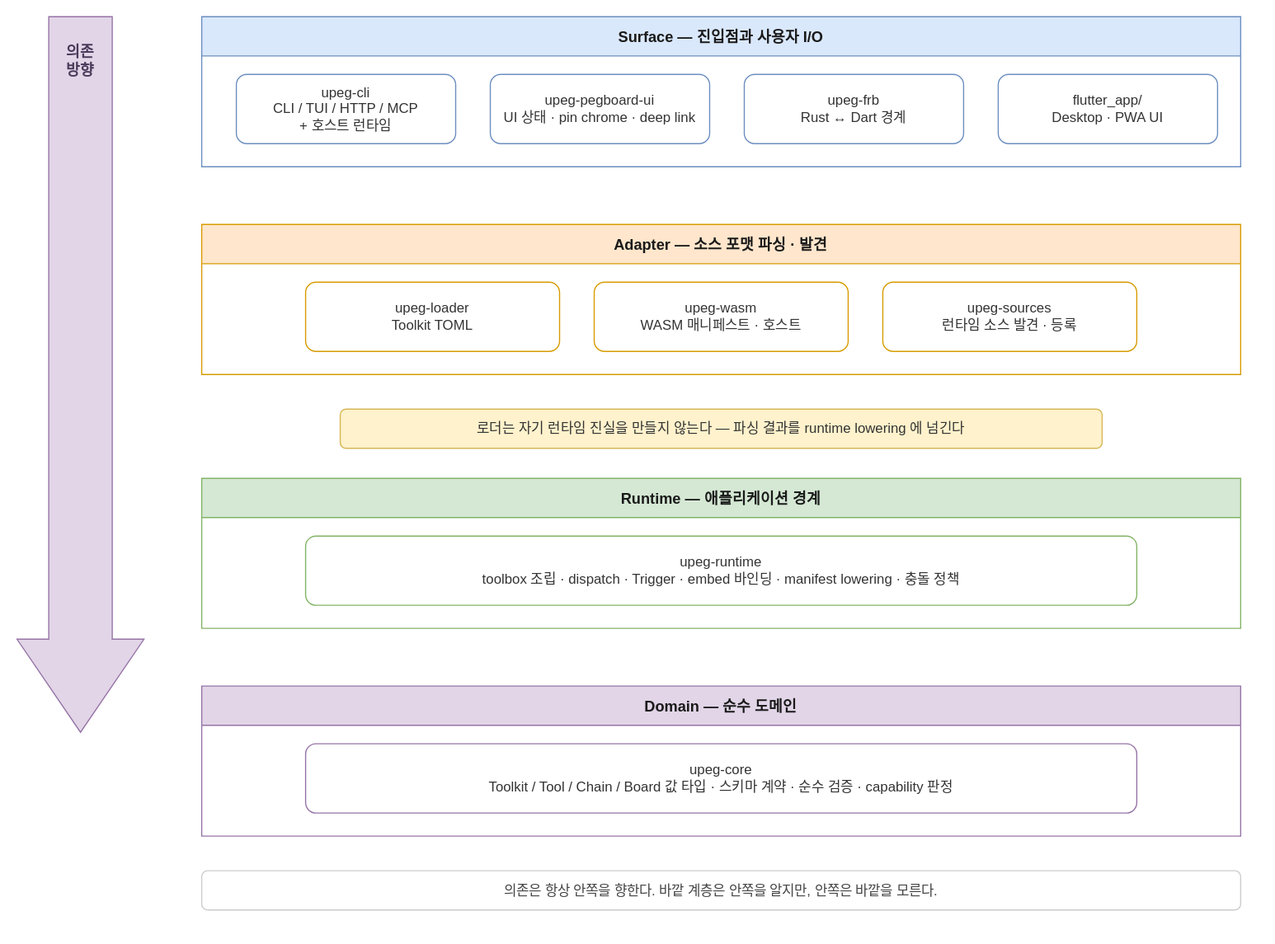
Before: docs/diagrams/crate-layers.drawio.svg, a diagram exported from draw.io (5pecia1/UPeg). Source tidied: cells renumbered, new cells last; positions are measured from the earlier drawing's top-left corner, leaving out a move shared by most shapes.
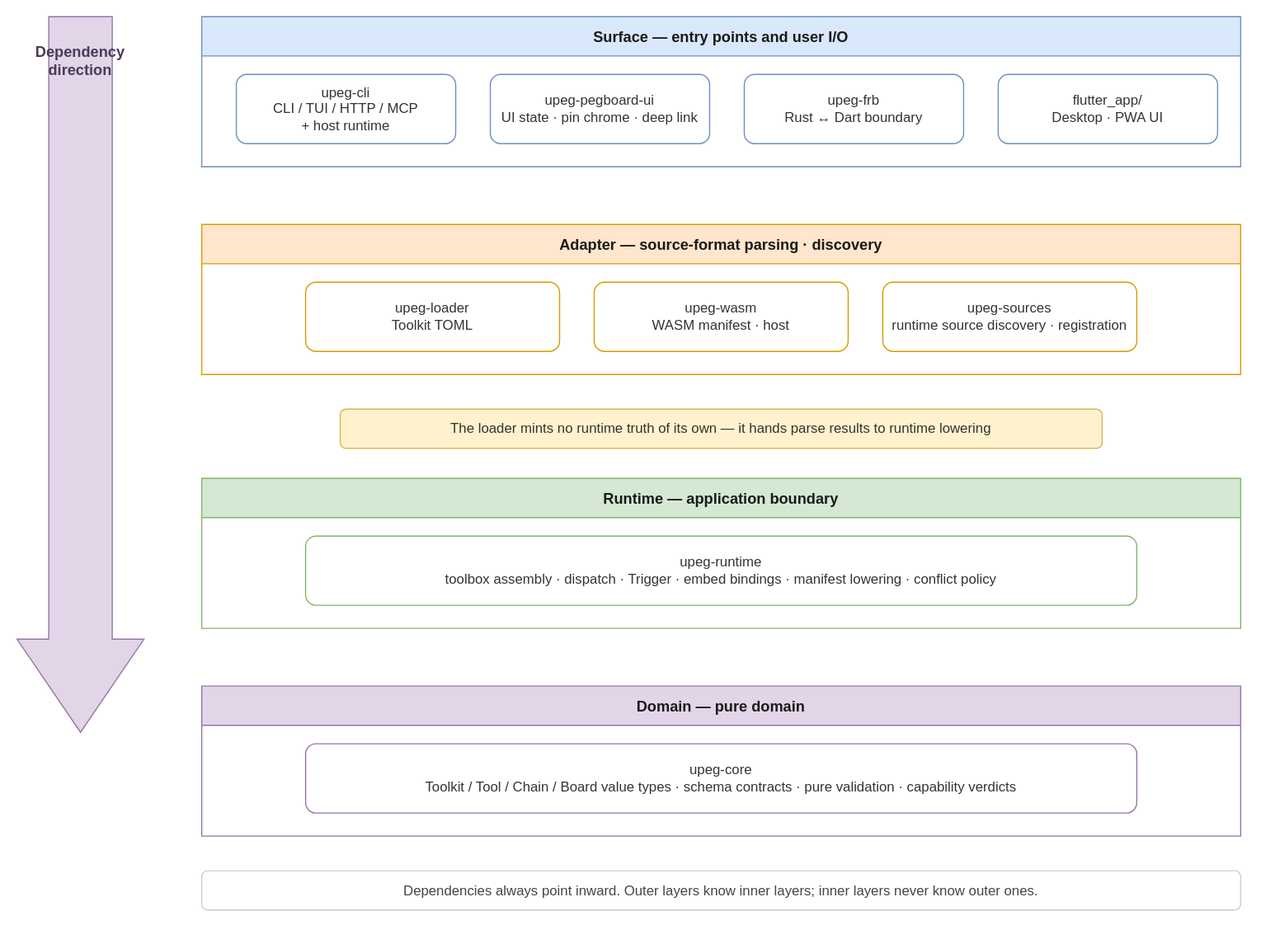
The same diagram one commit later.

The edit, as a diff of the source:
```diff
@@ -2,52 +2,52 @@
   <root>
     <mxCell id="0" />
     <mxCell id="1" parent="0" />
-    <mxCell id="2" value="의존&#10;방향" style="shape=singleArrow;direction=south;whiteSpace=wrap;html=0;arrowWidth=0.5;arrowSize=0.13;fillColor=#e1d5e7;strokeColor=#9673a6;fontColor=#4a3a5a;fontSize=13;fontStyle=1;verticalAlign=top;spacingTop=16;" parent="1" vertex="1">
+    <mxCell id="2" value="Dependency&#10;direction" style="shape=singleArrow;direction=south;whiteSpace=wrap;html=0;arrowWidth=0.5;arrowSize=0.13;fillColor=#e1d5e7;strokeColor=#9673a6;fontColor=#4a3a5a;fontSize=13;fontStyle=1;verticalAlign=top;spacingTop=16;" parent="1" vertex="1">
       <mxGeometry width="110" height="620" as="geometry" />
     </mxCell>
-    <mxCell id="3" value="Surface — 진입점과 사용자 I/O" style="swimlane;html=0;startSize=34;fillColor=#dae8fc;strokeColor=#6c8ebf;fontColor=#1a1a1a;fontStyle=1;fontSize=13;" parent="1" vertex="1">
+    <mxCell id="3" value="Surface — entry points and user I/O" style="swimlane;html=0;startSize=34;fillColor=#dae8fc;strokeColor=#6c8ebf;fontColor=#1a1a1a;fontStyle=1;fontSize=13;" parent="1" vertex="1">
       <mxGeometry x="160" width="900" height="130" as="geometry" />
     </mxCell>
-    <mxCell id="4" value="upeg-cli&#10;CLI / TUI / HTTP / MCP&#10;+ 호스트 런타임" style="rounded=1;whiteSpace=wrap;html=0;fillColor=#ffffff;strokeColor=#6c8ebf;fontColor=#333333;fontSize=12;" parent="3" vertex="1">
+    <mxCell id="4" value="upeg-cli&#10;CLI / TUI / HTTP / MCP&#10;+ host runtime" style="rounded=1;whiteSpace=wrap;html=0;fillColor=#ffffff;strokeColor=#6c8ebf;fontColor=#333333;fontSize=12;" parent="3" vertex="1">
       <mxGeometry x="30" y="50" width="190" height="60" as="geometry" />
     </mxCell>
-    <mxCell id="5" value="upeg-pegboard-ui&#10;UI 상태 · pin chrome · deep link" style="rounded=1;whiteSpace=wrap;html=0;fillColor=#ffffff;strokeColor=#6c8ebf;fontColor=#333333;fontSize=12;" parent="3" vertex="1">
+    <mxCell id="5" value="upeg-pegboard-ui&#10;UI state · pin chrome · deep link" style="rounded=1;whiteSpace=wrap;html=0;fillColor=#ffffff;strokeColor=#6c8ebf;fontColor=#333333;fontSize=12;" parent="3" vertex="1">
       <mxGeometry x="250" y="50" width="190" height="60" as="geometry" />
     </mxCell>
-    <mxCell id="6" value="upeg-frb&#10;Rust ↔ Dart 경계" style="rounded=1;whiteSpace=wrap;html=0;fillColor=#ffffff;strokeColor=#6c8ebf;fontColor=#333333;fontSize=12;" parent="3" vertex="1">
+    <mxCell id="6" value="upeg-frb&#10;Rust ↔ Dart boundary" style="rounded=1;whiteSpace=wrap;html=0;fillColor=#ffffff;strokeColor=#6c8ebf;fontColor=#333333;fontSize=12;" parent="3" vertex="1">
       <mxGeometry x="470" y="50" width="190" height="60" as="geometry" />
     </mxCell>
     <mxCell id="7" value="flutter_app/&#10;Desktop · PWA UI" style="rounded=1;whiteSpace=wrap;html=0;fillColor=#ffffff;strokeColor=#6c8ebf;fontColor=#333333;fontSize=12;" parent="3" vertex="1">
       <mxGeometry x="690" y="50" width="190" height="60" as="geometry" />
     </mxCell>
-    <mxCell id="8" value="Adapter — 소스 포맷 파싱 · 발견" style="swimlane;html=0;startSize=34;fillColor=#ffe6cc;strokeColor=#d79b00;fontColor=#1a1a1a;fontStyle=1;fontSize=13;" parent="1" vertex="1">
+    <mxCell id="8" value="Adapter — source-format parsing · discovery" style="swimlane;html=0;startSize=34;fillColor=#ffe6cc;strokeColor=#d79b00;fontColor=#1a1a1a;fontStyle=1;fontSize=13;" parent="1" vertex="1">
       <mxGeometry x="160" y="180" width="900" height="130" as="geometry" />
     </mxCell>
     <mxCell id="9" value="upeg-loader&#10;Toolkit TOML" style="rounded=1;whiteSpace=wrap;html=0;fillColor=#ffffff;strokeColor=#d79b00;fontColor=#333333;fontSize=12;" parent="8" vertex="1">
       <mxGeometry x="90" y="50" width="220" height="60" as="geometry" />
     </mxCell>
-    <mxCell id="10" value="upeg-wasm&#10;WASM 매니페스트 · 호스트" style="rounded=1;whiteSpace=wrap;html=0;fillColor=#ffffff;strokeColor=#d79b00;fontColor=#333333;fontSize=12;" parent="8" vertex="1">
+    <mxCell id="10" value="upeg-wasm&#10;WASM manifest · host" style="rounded=1;whiteSpace=wrap;html=0;fillColor=#ffffff;strokeColor=#d79b00;fontColor=#333333;fontSize=12;" parent="8" vertex="1">
       <mxGeometry x="340" y="50" width="220" height="60" as="geometry" />
     </mxCell>
-    <mxCell id="11" value="upeg-sources&#10;런타임 소스 발견 · 등록" style="rounded=1;whiteSpace=wrap;html=0;fillColor=#ffffff;strokeColor=#d79b00;fontColor=#333333;fontSize=12;" parent="8" vertex="1">
+    <mxCell id="11" value="upeg-sources&#10;runtime source discovery · registration" style="rounded=1;whiteSpace=wrap;html=0;fillColor=#ffffff;strokeColor=#d79b00;fontColor=#333333;fontSize=12;" parent="8" vertex="1">
       <mxGeometry x="590" y="50" width="220" height="60" as="geometry" />
     </mxCell>
-    <mxCell id="12" value="로더는 자기 런타임 진실을 만들지 않는다 — 파싱 결과를 runtime lowering 에 넘긴다" style="rounded=1;whiteSpace=wrap;html=0;fillColor=#fff2cc;strokeColor=#d6b656;fontColor=#333333;fontSize=12;" parent="1" vertex="1">
+    <mxCell id="12" value="The loader mints no runtime truth of its own — it hands parse results to runtime lowering" style="rounded=1;whiteSpace=wrap;html=0;fillColor=#fff2cc;strokeColor=#d6b656;fontColor=#333333;fontSize=12;" parent="1" vertex="1">
       <mxGeometry x="280" y="340" width="660" height="34" as="geometry" />
     </mxCell>
-    <mxCell id="13" value="Runtime — 애플리케이션 경계" style="swimlane;html=0;startSize=34;fillColor=#d5e8d4;strokeColor=#82b366;fontColor=#1a1a1a;fontStyle=1;fontSize=13;" parent="1" vertex="1">
+    <mxCell id="13" value="Runtime — application boundary" style="swimlane;html=0;startSize=34;fillColor=#d5e8d4;strokeColor=#82b366;fontColor=#1a1a1a;fontStyle=1;fontSize=13;" parent="1" vertex="1">
       <mxGeometry x="160" y="400" width="900" height="130" as="geometry" />
     </mxCell>
-    <mxCell id="14" value="upeg-runtime&#10;toolbox 조립 · dispatch · Trigger · embed 바인딩 · manifest lowering · 충돌 정책" style="rounded=1;whiteSpace=wrap;html=0;fillColor=#ffffff;strokeColor=#82b366;fontColor=#333333;fontSize=12;" parent="13" vertex="1">
+    <mxCell id="14" value="upeg-runtime&#10;toolbox assembly · dispatch · Trigger · embed bindings · manifest lowering · conflict policy" style="rounded=1;whiteSpace=wrap;html=0;fillColor=#ffffff;strokeColor=#82b366;fontColor=#333333;fontSize=12;" parent="13" vertex="1">
       <mxGeometry x="90" y="50" width="720" height="60" as="geometry" />
     </mxCell>
-    <mxCell id="15" value="Domain — 순수 도메인" style="swimlane;html=0;startSize=34;fillColor=#e1d5e7;strokeColor=#9673a6;fontColor=#1a1a1a;fontStyle=1;fontSize=13;" parent="1" vertex="1">
+    <mxCell id="15" value="Domain — pure domain" style="swimlane;html=0;startSize=34;fillColor=#e1d5e7;strokeColor=#9673a6;fontColor=#1a1a1a;fontStyle=1;fontSize=13;" parent="1" vertex="1">
       <mxGeometry x="160" y="580" width="900" height="130" as="geometry" />
     </mxCell>
-    <mxCell id="16" value="upeg-core&#10;Toolkit / Tool / Chain / Board 값 타입 · 스키마 계약 · 순수 검증 · capability 판정" style="rounded=1;whiteSpace=wrap;html=0;fillColor=#ffffff;strokeColor=#9673a6;fontColor=#333333;fontSize=12;" parent="15" vertex="1">
+    <mxCell id="16" value="upeg-core&#10;Toolkit / Tool / Chain / Board value types · schema contracts · pure validation · capability verdicts" style="rounded=1;whiteSpace=wrap;html=0;fillColor=#ffffff;strokeColor=#9673a6;fontColor=#333333;fontSize=12;" parent="15" vertex="1">
       <mxGeometry x="90" y="50" width="720" height="60" as="geometry" />
     </mxCell>
-    <mxCell id="17" value="의존은 항상 안쪽을 향한다. 바깥 계층은 안쪽을 알지만, 안쪽은 바깥을 모른다." style="text;html=0;align=center;verticalAlign=middle;fillColor=#ffffff;strokeColor=#cccccc;rounded=1;fontColor=#444444;fontSize=12;" parent="1" vertex="1">
+    <mxCell id="17" value="Dependencies always point inward. Outer layers know inner layers; inner layers never know outer ones." style="text;html=0;align=center;verticalAlign=middle;fillColor=#ffffff;strokeColor=#cccccc;rounded=1;fontColor=#444444;fontSize=12;" parent="1" vertex="1">
       <mxGeometry x="160" y="740" width="900" height="34" as="geometry" />
     </mxCell>
   </root>
```
